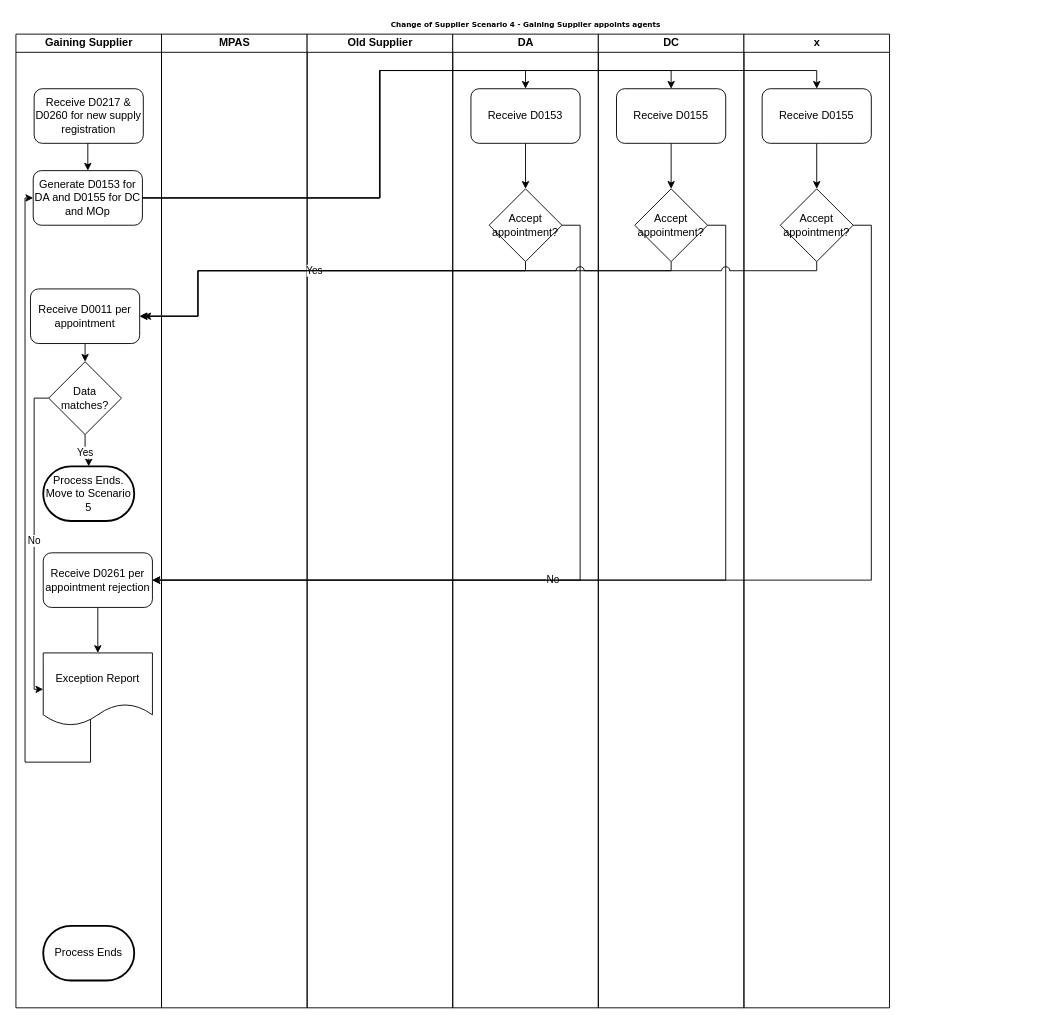
This is Gaining Customer Electricity Scenario 4.drawio from andykanu/energy-business-processes, a draw.io file, before an edit. Source tidied: cells renumbered, new cells numbered last; positions are measured from the earlier drawing's top-left corner, leaving out a move shared by most shapes. Both pictures are drawn from the tidied source at 91%, with x=0, y=0 at pixel (15, 15).
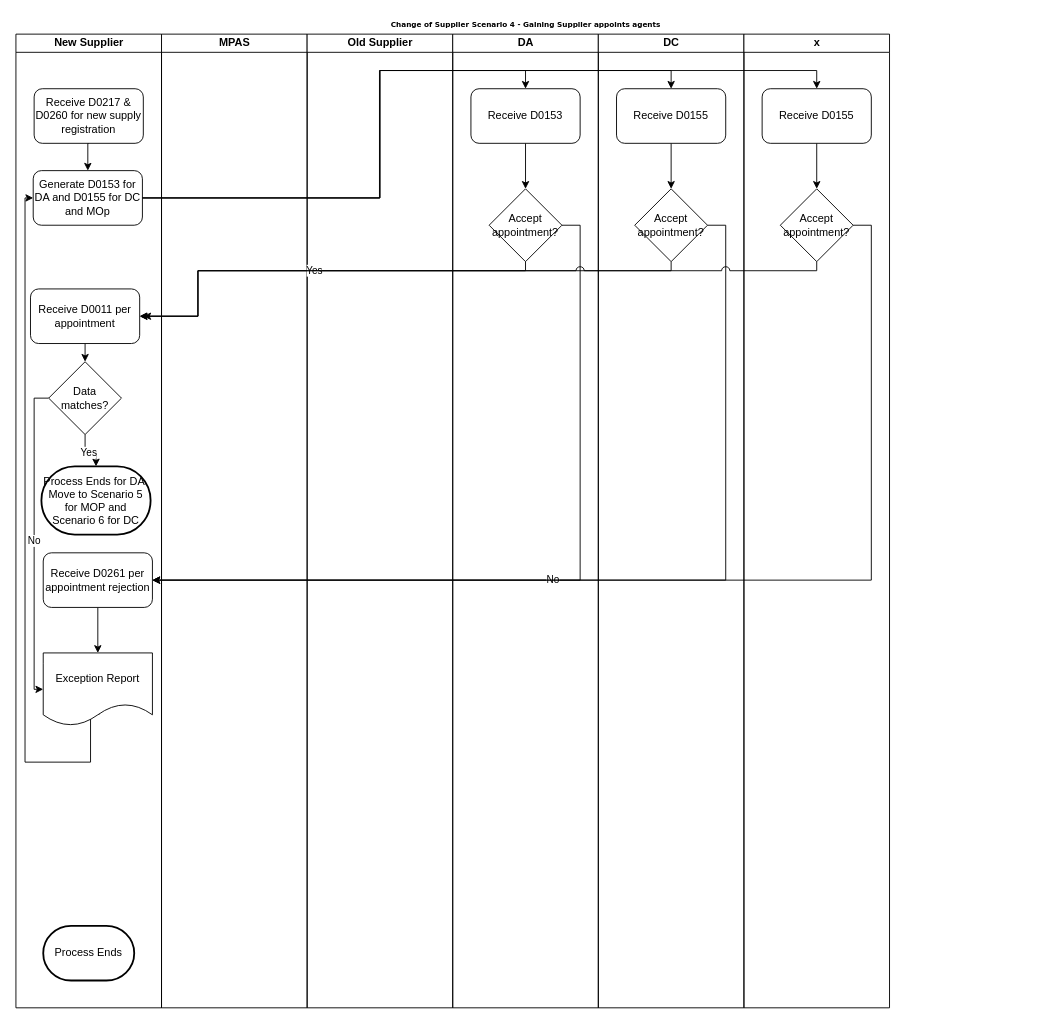
Above is the later version.

Unchanged cells that the change refers to:
```xml
<mxCell id="2" value="Change of Supplier Scenario 4 - Gaining Supplier appoints agents" style="swimlane;html=1;startSize=20;rounded=0;shadow=0;labelBackgroundColor=none;strokeColor=none;strokeWidth=1;fillColor=#ffffff;fontFamily=Verdana;fontSize=8;fontColor=#000000;align=center;" parent="1" vertex="1">
  <mxGeometry width="1120" height="1090" as="geometry" />
</mxCell>
```

Change to the diagram source:
```diff
@@
-    <mxCell id="3" value="Gaining Supplier" style="swimlane;html=1;startSize=20;" parent="2" vertex="1">
+    <mxCell id="3" value="New Supplier" style="swimlane;html=1;startSize=20;" parent="2" vertex="1">
       <mxGeometry y="20" width="160" height="1070" as="geometry" />
     </mxCell>
@@
-    <mxCell id="18" value="Process Ends. Move to Scenario 5" style="strokeWidth=2;html=1;shape=mxgraph.flowchart.terminator;whiteSpace=wrap;" parent="3" vertex="1">
-      <mxGeometry x="30" y="475" width="100" height="60" as="geometry" />
+    <mxCell id="18" value="Process Ends for DA. Move to Scenario 5 for MOP and Scenario 6 for DC" style="strokeWidth=2;html=1;shape=mxgraph.flowchart.terminator;whiteSpace=wrap;" parent="3" vertex="1">
+      <mxGeometry x="28" y="475" width="120" height="75" as="geometry" />
     </mxCell>
```
